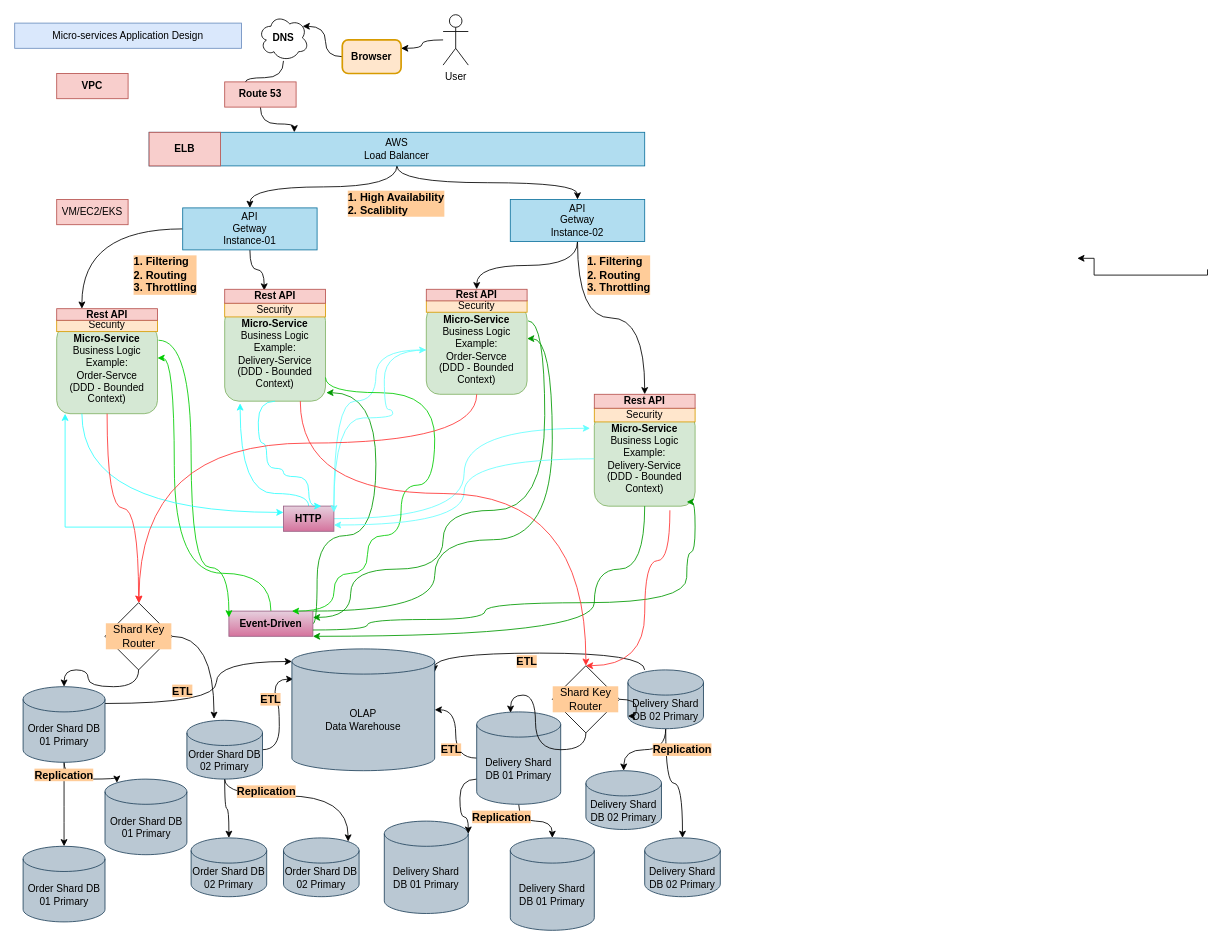
This is page "Page-1" (1 of 3) of MicroservcesVsMonolithic.drawio from rishant/draw.io, a draw.io file, before an edit. Source tidied: cells renumbered, new cells numbered last; positions are measured from the earlier drawing's top-left corner, leaving out a move shared by most shapes. Both pictures are drawn from the tidied source at 84%, with x=0, y=0 at pixel (14, 14).
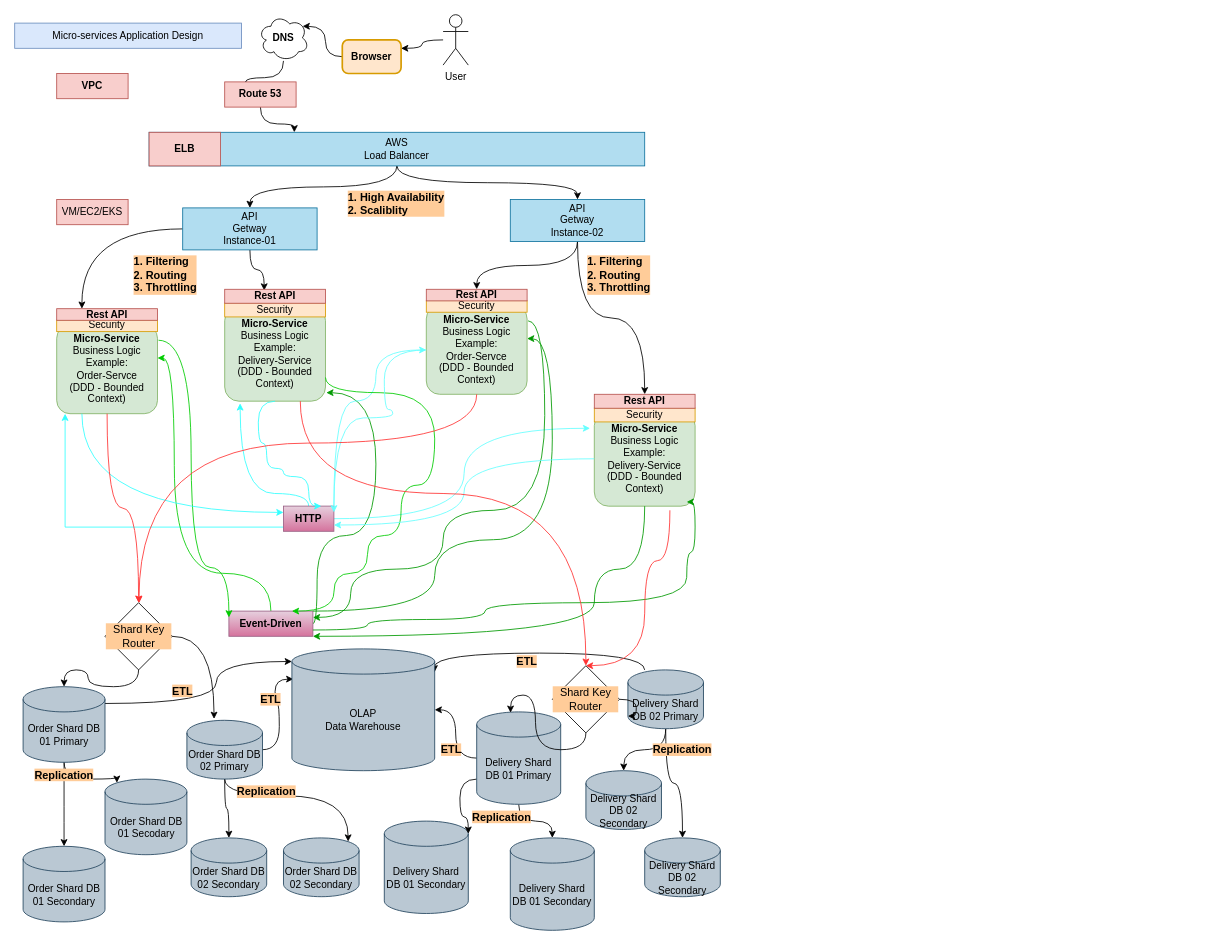
The same diagram, later.

What changed in the source:
```diff
@@
-    <mxCell id="9" style="edgeStyle=orthogonalEdgeStyle;rounded=0;orthogonalLoop=1;jettySize=auto;html=1;entryX=0.5;entryY=1;entryDx=0;entryDy=0;" parent="1" edge="1">
-      <mxGeometry relative="1" as="geometry">
-        <mxPoint x="1420" y="303.2" as="sourcePoint" />
-        <mxPoint x="1265" y="290" as="targetPoint" />
-        <Array as="points">
-          <mxPoint x="1420" y="310" />
-          <mxPoint x="1285" y="310" />
-        </Array>
-      </mxGeometry>
-    </mxCell>
@@
-    <mxCell id="24" value="Delivery Shard DB 01 Primary" style="shape=cylinder3;whiteSpace=wrap;html=1;boundedLbl=1;backgroundOutline=1;size=15;fillColor=#bac8d3;strokeColor=#23445d;" parent="1" vertex="1">
+    <mxCell id="24" value="&lt;div&gt;Delivery Shard DB 01 Secondary&lt;/div&gt;" style="shape=cylinder3;whiteSpace=wrap;html=1;boundedLbl=1;backgroundOutline=1;size=15;fillColor=#bac8d3;strokeColor=#23445d;" parent="1" vertex="1">
       <mxGeometry x="440" y="960" width="100" height="110" as="geometry" />
     </mxCell>
@@
-    <mxCell id="75" value="Order Shard DB 01 Primary" style="shape=cylinder3;whiteSpace=wrap;html=1;boundedLbl=1;backgroundOutline=1;size=15;fillColor=#bac8d3;strokeColor=#23445d;" parent="1" vertex="1">
+    <mxCell id="75" value="Order Shard DB 01 Secodary" style="shape=cylinder3;whiteSpace=wrap;html=1;boundedLbl=1;backgroundOutline=1;size=15;fillColor=#bac8d3;strokeColor=#23445d;" parent="1" vertex="1">
       <mxGeometry x="107.5" y="910" width="97.5" height="90" as="geometry" />
     </mxCell>
-    <mxCell id="76" value="Order Shard DB 01 Primary" style="shape=cylinder3;whiteSpace=wrap;html=1;boundedLbl=1;backgroundOutline=1;size=15;fillColor=#bac8d3;strokeColor=#23445d;" parent="1" vertex="1">
+    <mxCell id="76" value="Order Shard DB 01 Secondary" style="shape=cylinder3;whiteSpace=wrap;html=1;boundedLbl=1;backgroundOutline=1;size=15;fillColor=#bac8d3;strokeColor=#23445d;" parent="1" vertex="1">
       <mxGeometry x="10" y="990" width="97.5" height="90" as="geometry" />
     </mxCell>
-    <mxCell id="77" value="Order Shard DB 02 Primary" style="shape=cylinder3;whiteSpace=wrap;html=1;boundedLbl=1;backgroundOutline=1;size=15;fillColor=#bac8d3;strokeColor=#23445d;" parent="1" vertex="1">
+    <mxCell id="77" value="Order Shard DB 02 Secondary" style="shape=cylinder3;whiteSpace=wrap;html=1;boundedLbl=1;backgroundOutline=1;size=15;fillColor=#bac8d3;strokeColor=#23445d;" parent="1" vertex="1">
       <mxGeometry x="320" y="980" width="90" height="70" as="geometry" />
     </mxCell>
-    <mxCell id="78" value="Order Shard DB 02 Primary" style="shape=cylinder3;whiteSpace=wrap;html=1;boundedLbl=1;backgroundOutline=1;size=15;fillColor=#bac8d3;strokeColor=#23445d;" parent="1" vertex="1">
+    <mxCell id="78" value="Order Shard DB 02 Secondary" style="shape=cylinder3;whiteSpace=wrap;html=1;boundedLbl=1;backgroundOutline=1;size=15;fillColor=#bac8d3;strokeColor=#23445d;" parent="1" vertex="1">
       <mxGeometry x="210" y="980" width="90" height="70" as="geometry" />
     </mxCell>
@@
-    <mxCell id="83" value="Delivery Shard DB 01 Primary" style="shape=cylinder3;whiteSpace=wrap;html=1;boundedLbl=1;backgroundOutline=1;size=15;fillColor=#bac8d3;strokeColor=#23445d;" parent="1" vertex="1">
+    <mxCell id="83" value="Delivery Shard DB 01 Secondary" style="shape=cylinder3;whiteSpace=wrap;html=1;boundedLbl=1;backgroundOutline=1;size=15;fillColor=#bac8d3;strokeColor=#23445d;" parent="1" vertex="1">
       <mxGeometry x="590" y="980" width="100" height="110" as="geometry" />
     </mxCell>
-    <mxCell id="84" value="&lt;div&gt;Delivery Shard DB 02 Primary&lt;br&gt;&lt;/div&gt;" style="shape=cylinder3;whiteSpace=wrap;html=1;boundedLbl=1;backgroundOutline=1;size=15;fillColor=#bac8d3;strokeColor=#23445d;" parent="1" vertex="1">
+    <mxCell id="84" value="&lt;div&gt;Delivery Shard DB 02 Secondary&lt;br&gt;&lt;/div&gt;" style="shape=cylinder3;whiteSpace=wrap;html=1;boundedLbl=1;backgroundOutline=1;size=15;fillColor=#bac8d3;strokeColor=#23445d;" parent="1" vertex="1">
       <mxGeometry x="680" y="900" width="90" height="70" as="geometry" />
     </mxCell>
-    <mxCell id="85" value="&lt;div&gt;Delivery Shard DB 02 Primary&lt;br&gt;&lt;/div&gt;" style="shape=cylinder3;whiteSpace=wrap;html=1;boundedLbl=1;backgroundOutline=1;size=15;fillColor=#bac8d3;strokeColor=#23445d;" parent="1" vertex="1">
+    <mxCell id="85" value="&lt;div&gt;Delivery Shard DB 02 Secondary&lt;br&gt;&lt;/div&gt;" style="shape=cylinder3;whiteSpace=wrap;html=1;boundedLbl=1;backgroundOutline=1;size=15;fillColor=#bac8d3;strokeColor=#23445d;" parent="1" vertex="1">
       <mxGeometry x="750" y="980" width="90" height="70" as="geometry" />
     </mxCell>
```
